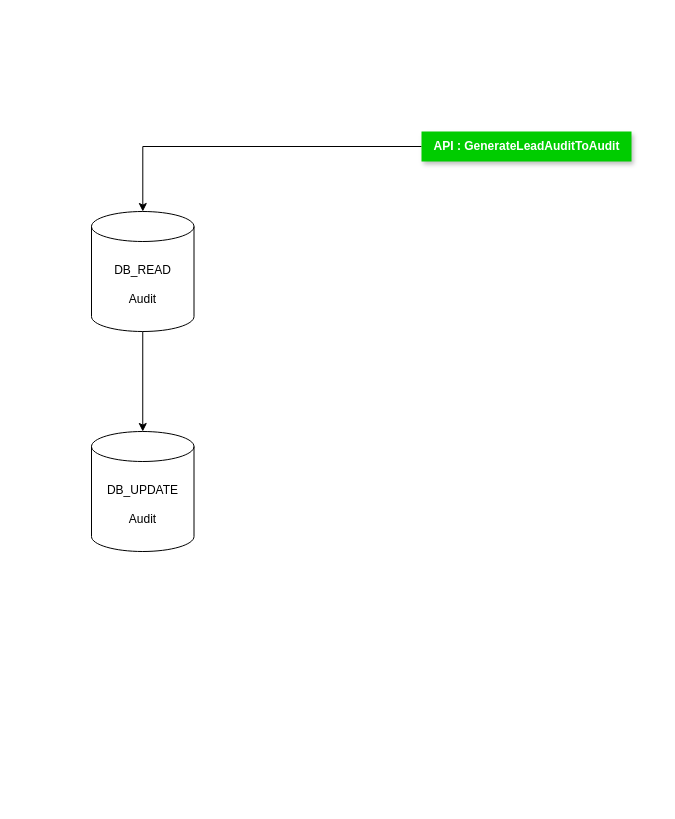
Earlier version of the draw.io diagram page "GenerateLeadAuditToAudit" (6 of 6) of .github/DailyDiagram.drawio (silnshadow/angular-clipboard-auto). Source tidied: cells renumbered, new cells numbered last; positions are measured from the earlier drawing's top-left corner, leaving out a move shared by most shapes. Both pictures are drawn from the tidied source at 100%, with x=0, y=0 at pixel (91, 131).
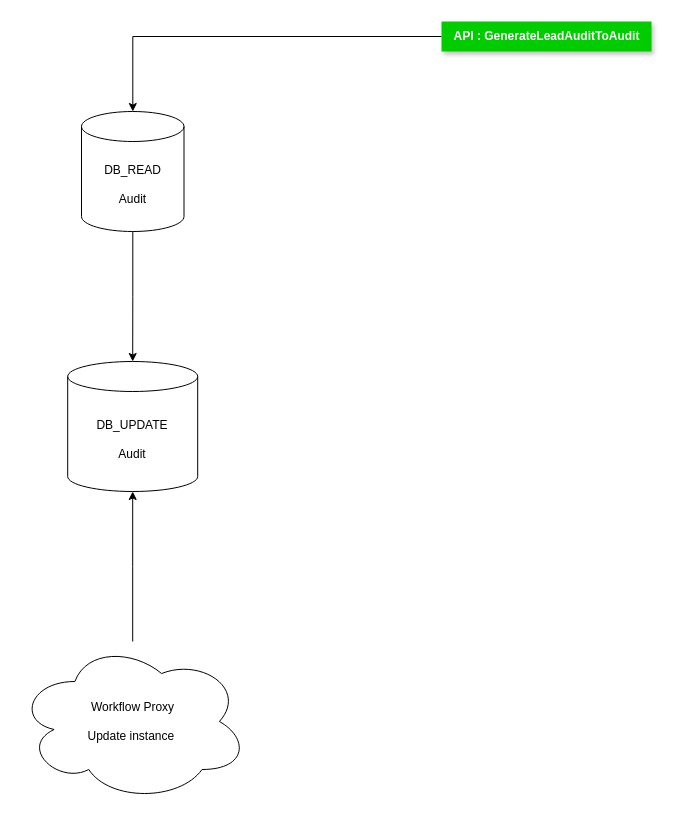
The same diagram, later.

Change to the diagram source:
```diff
@@
 <mxGraphModel>
   <root>
     <mxCell id="0" />
     <mxCell id="1" parent="0" />
     <mxCell id="2" style="edgeStyle=orthogonalEdgeStyle;rounded=0;jettySize=auto;html=1;" parent="1" edge="1" source="3" target="5">
       <mxGeometry relative="1" as="geometry" />
     </mxCell>
     <mxCell id="3" value="&lt;font style=&quot;font-size: 12px; color: rgb(255, 255, 255);&quot;&gt;&lt;b&gt;API :&amp;nbsp;&lt;/b&gt;&lt;/font&gt;&lt;font color=&quot;#ffffff&quot;&gt;&lt;b&gt;GenerateLeadAuditToAudit&lt;/b&gt;&lt;/font&gt;" style="text;html=1;align=center;verticalAlign=middle;points=[];strokeColor=none;fillColor=#00CC00;shadow=1;" parent="1" vertex="1">
-      <mxGeometry x="330" width="210" height="30" as="geometry" />
+      <mxGeometry x="350" y="-110" width="210" height="30" as="geometry" />
     </mxCell>
     <mxCell id="4" style="edgeStyle=orthogonalEdgeStyle;rounded=0;jettySize=auto;html=1;" parent="1" edge="1" source="5" target="6">
       <mxGeometry relative="1" as="geometry" />
     </mxCell>
     <mxCell id="5" value="DB_READ&lt;div&gt;&lt;br&gt;&lt;div&gt;&lt;span style=&quot;background-color: transparent; color: light-dark(rgb(0, 0, 0), rgb(255, 255, 255));&quot;&gt;Audit&lt;/span&gt;&lt;/div&gt;&lt;/div&gt;" style="shape=cylinder3;whiteSpace=wrap;html=1;boundedLbl=1;backgroundOutline=1;size=15;" parent="1" vertex="1">
-      <mxGeometry y="80" width="102.5" height="120" as="geometry" />
+      <mxGeometry x="-10" y="-20" width="102.5" height="120" as="geometry" />
     </mxCell>
     <mxCell id="6" value="DB_UPDATE&lt;div&gt;&lt;br&gt;&lt;div&gt;&lt;span style=&quot;background-color: transparent; color: light-dark(rgb(0, 0, 0), rgb(255, 255, 255));&quot;&gt;Audit&lt;/span&gt;&lt;/div&gt;&lt;/div&gt;" style="shape=cylinder3;whiteSpace=wrap;html=1;boundedLbl=1;backgroundOutline=1;size=15;" parent="1" vertex="1">
-      <mxGeometry y="300" width="102.5" height="120" as="geometry" />
+      <mxGeometry x="-23.8" y="230" width="130" height="130" as="geometry" />
     </mxCell>
+    <mxCell id="7" style="edgeStyle=orthogonalEdgeStyle;rounded=0;jettySize=auto;html=1;" parent="1" edge="1" source="8" target="6">
+      <mxGeometry relative="1" as="geometry" />
+    </mxCell>
+    <mxCell id="8" value="Workflow Proxy&lt;div&gt;&lt;br&gt;&lt;div&gt;Update instance&amp;nbsp;&lt;/div&gt;&lt;/div&gt;" style="ellipse;shape=cloud;whiteSpace=wrap;html=1;" parent="1" vertex="1">
+      <mxGeometry x="-74.4" y="510" width="231.2" height="160" as="geometry" />
+    </mxCell>
   </root>
 </mxGraphModel>
```
